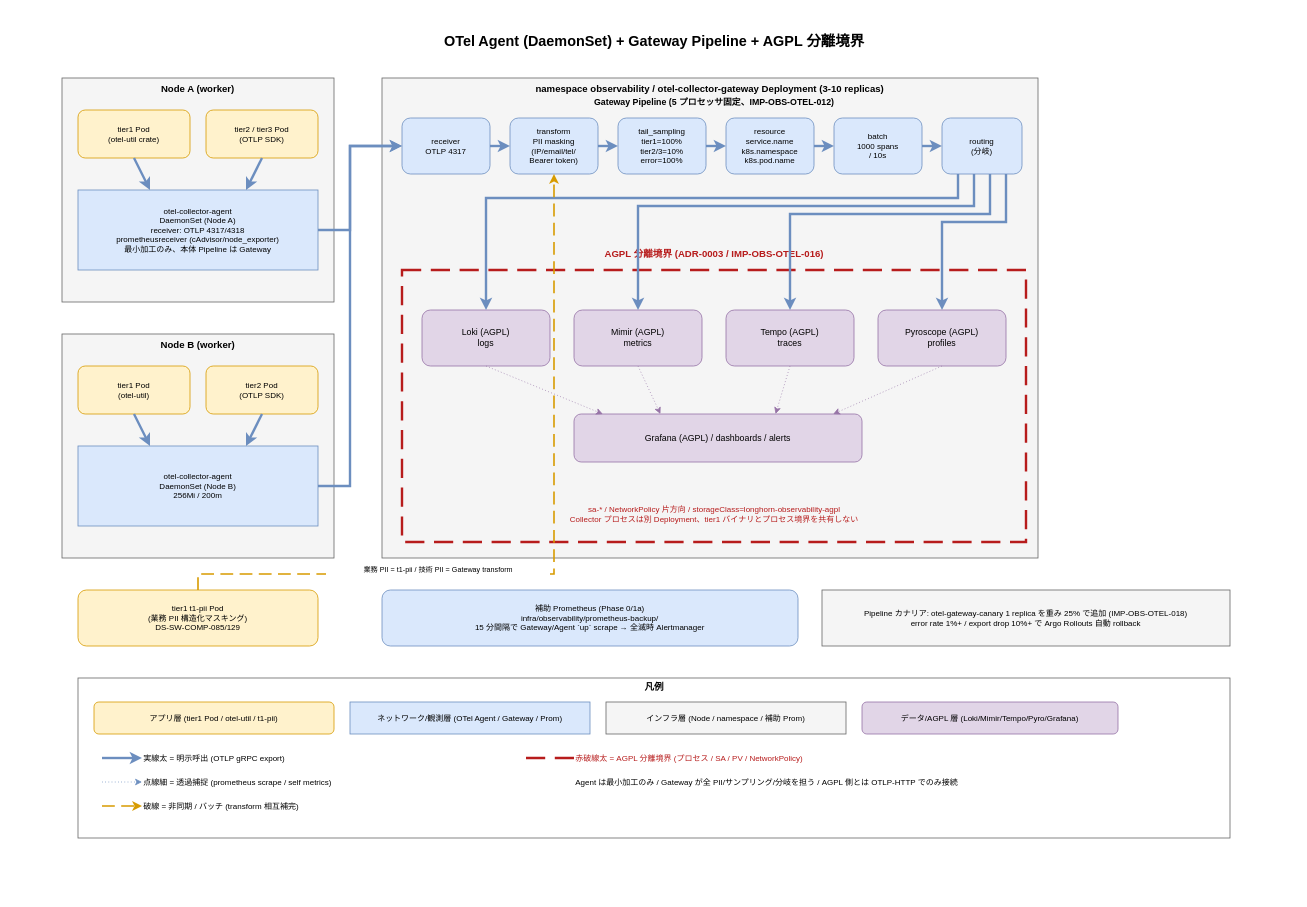
Earlier version of the draw.io diagram docs/05_実装/60_観測性設計/10_OTel_Collector配置/img/10_OTel_Agent_Gateway配置.drawio (RyuheiKiso/k1s0). Source tidied: cells renumbered, new cells numbered last; positions are measured from the earlier drawing's top-left corner, leaving out a move shared by most shapes. Both pictures are drawn from the tidied source at 80%, with x=0, y=0 at pixel (14, 14).
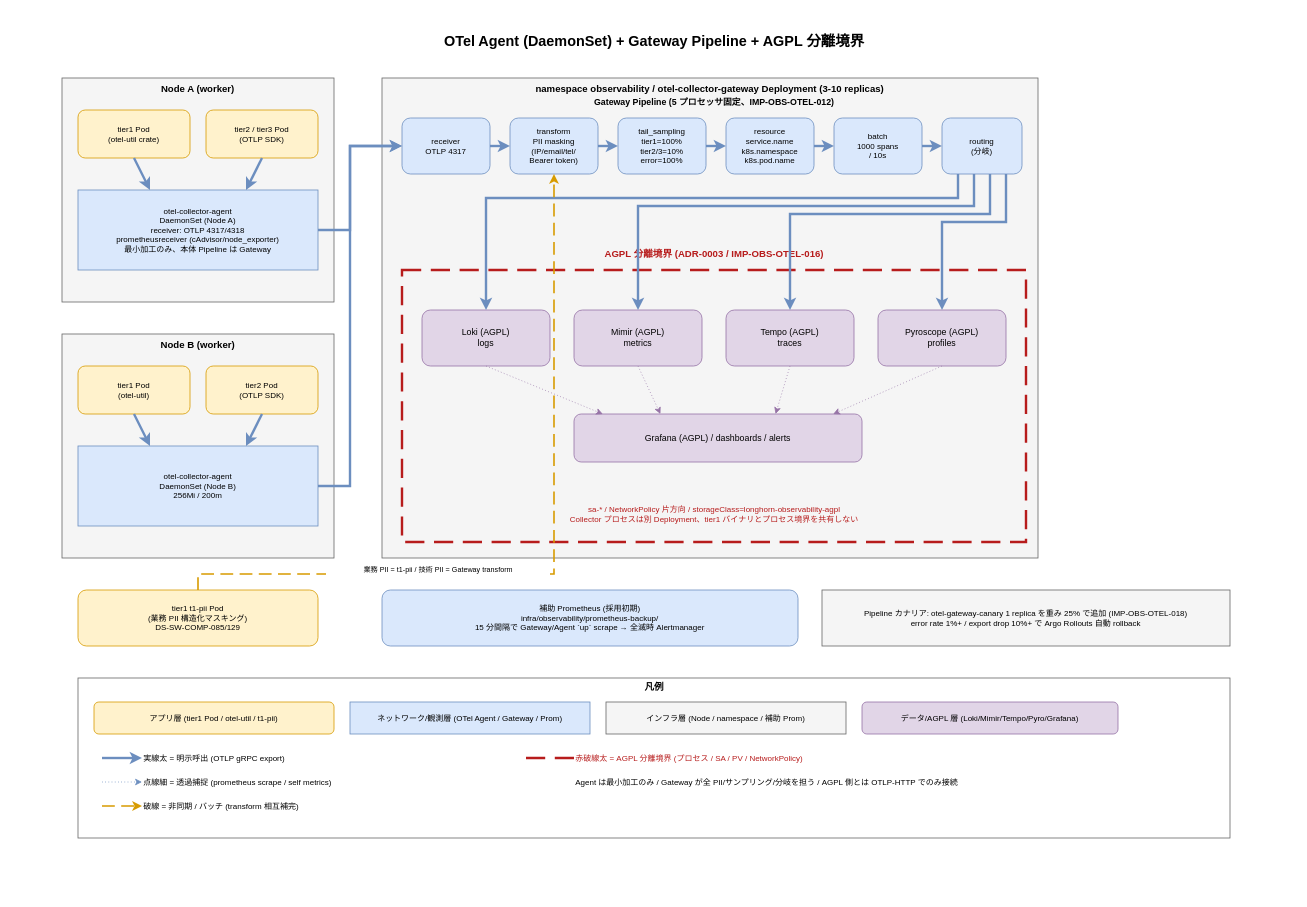
Above is the later version.

Diff of the diagram source:
```diff
@@
-    <mxCell id="29" value="補助 Prometheus (Phase 0/1a)&#10;infra/observability/prometheus-backup/&#10;15 分間隔で Gateway/Agent `up` scrape → 全滅時 Alertmanager" style="rounded=1;whiteSpace=wrap;html=1;fillColor=#dae8fc;strokeColor=#6c8ebf;fontSize=10;" parent="1" vertex="1">
+    <mxCell id="29" value="補助 Prometheus (採用初期)&#10;infra/observability/prometheus-backup/&#10;15 分間隔で Gateway/Agent `up` scrape → 全滅時 Alertmanager" style="rounded=1;whiteSpace=wrap;html=1;fillColor=#dae8fc;strokeColor=#6c8ebf;fontSize=10;" parent="1" vertex="1">
       <mxGeometry x="460" y="720" width="520" height="70" as="geometry" />
     </mxCell>
```
